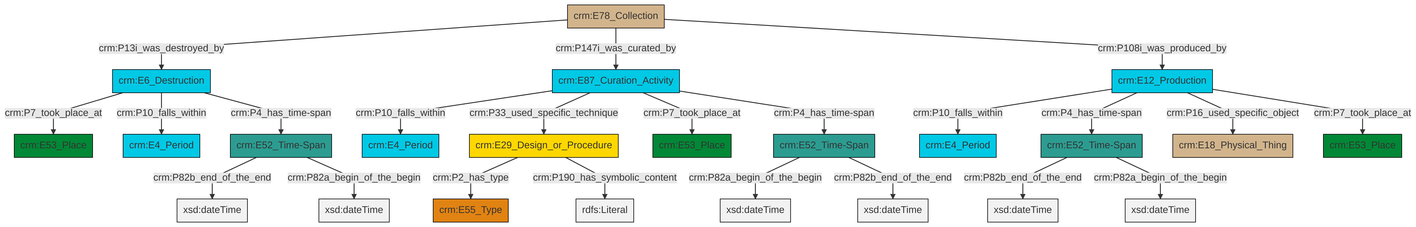
The Mermaid diagram et/archivalCSV/ttl/mmd/png/archival_existence.png in swiss-art-research-net/docs.swissartresearch, before a commit. Its source is kept beside it as et/archivalCSV/ttl/mmd/archival_existence.ttl.mmd.
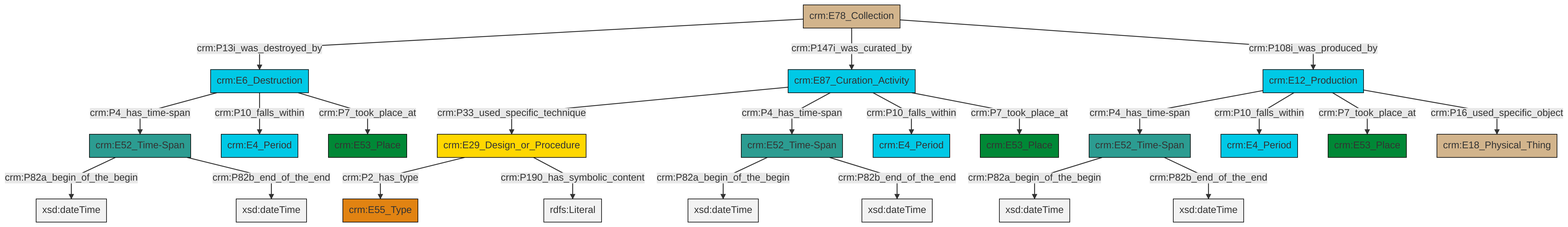
Above is the later version.

Change to the diagram source:
```diff
@@ -13,25 +13,25 @@
 classDef PC_Classes fill:#4ce600, stroke:#000000;
 classDef Multi fill:#cccccc,stroke:#000000;
 
-2["crm:E52_Time-Span"]:::Time-Span -->|crm:P82a_begin_of_the_begin| 3[xsd:dateTime]:::Literal
-4["crm:E78_Collection"]:::Physical_Thing -->|crm:P13i_was_destroyed_by| 5["crm:E6_Destruction"]:::Temporal_Entity
-6["crm:E29_Design_or_Procedure"]:::Conceptual_Object -->|crm:P2_has_type| 7["crm:E55_Type"]:::Type
-5["crm:E6_Destruction"]:::Temporal_Entity -->|crm:P7_took_place_at| 8["crm:E53_Place"]:::Place
-4["crm:E78_Collection"]:::Physical_Thing -->|crm:P147i_was_curated_by| 9["crm:E87_Curation_Activity"]:::Temporal_Entity
-9["crm:E87_Curation_Activity"]:::Temporal_Entity -->|crm:P10_falls_within| 13["crm:E4_Period"]:::Temporal_Entity
-6["crm:E29_Design_or_Procedure"]:::Conceptual_Object -->|crm:P190_has_symbolic_content| 16[rdfs:Literal]:::Literal
-9["crm:E87_Curation_Activity"]:::Temporal_Entity -->|crm:P33_used_specific_technique| 6["crm:E29_Design_or_Procedure"]:::Conceptual_Object
-9["crm:E87_Curation_Activity"]:::Temporal_Entity -->|crm:P7_took_place_at| 10["crm:E53_Place"]:::Place
-14["crm:E52_Time-Span"]:::Time-Span -->|crm:P82b_end_of_the_end| 22[xsd:dateTime]:::Literal
-17["crm:E52_Time-Span"]:::Time-Span -->|crm:P82b_end_of_the_end| 23[xsd:dateTime]:::Literal
-0["crm:E12_Production"]:::Temporal_Entity -->|crm:P10_falls_within| 24["crm:E4_Period"]:::Temporal_Entity
-0["crm:E12_Production"]:::Temporal_Entity -->|crm:P4_has_time-span| 17["crm:E52_Time-Span"]:::Time-Span
-9["crm:E87_Curation_Activity"]:::Temporal_Entity -->|crm:P4_has_time-span| 2["crm:E52_Time-Span"]:::Time-Span
-0["crm:E12_Production"]:::Temporal_Entity -->|crm:P16_used_specific_object| 29["crm:E18_Physical_Thing"]:::Physical_Thing
-0["crm:E12_Production"]:::Temporal_Entity -->|crm:P7_took_place_at| 25["crm:E53_Place"]:::Place
-4["crm:E78_Collection"]:::Physical_Thing -->|crm:P108i_was_produced_by| 0["crm:E12_Production"]:::Temporal_Entity
-5["crm:E6_Destruction"]:::Temporal_Entity -->|crm:P10_falls_within| 27["crm:E4_Period"]:::Temporal_Entity
-17["crm:E52_Time-Span"]:::Time-Span -->|crm:P82a_begin_of_the_begin| 33[xsd:dateTime]:::Literal
-2["crm:E52_Time-Span"]:::Time-Span -->|crm:P82b_end_of_the_end| 37[xsd:dateTime]:::Literal
-5["crm:E6_Destruction"]:::Temporal_Entity -->|crm:P4_has_time-span| 14["crm:E52_Time-Span"]:::Time-Span
-14["crm:E52_Time-Span"]:::Time-Span -->|crm:P82a_begin_of_the_begin| 38[xsd:dateTime]:::Literal
+0["crm:E78_Collection"]:::Physical_Thing -->|crm:P13i_was_destroyed_by| 1["crm:E6_Destruction"]:::Temporal_Entity
+2["crm:E87_Curation_Activity"]:::Temporal_Entity -->|crm:P33_used_specific_technique| 3["crm:E29_Design_or_Procedure"]:::Conceptual_Object
+5["crm:E12_Production"]:::Temporal_Entity -->|crm:P4_has_time-span| 6["crm:E52_Time-Span"]:::Time-Span
+6["crm:E52_Time-Span"]:::Time-Span -->|crm:P82a_begin_of_the_begin| 11[xsd:dateTime]:::Literal
+2["crm:E87_Curation_Activity"]:::Temporal_Entity -->|crm:P4_has_time-span| 9["crm:E52_Time-Span"]:::Time-Span
+9["crm:E52_Time-Span"]:::Time-Span -->|crm:P82a_begin_of_the_begin| 12[xsd:dateTime]:::Literal
+6["crm:E52_Time-Span"]:::Time-Span -->|crm:P82b_end_of_the_end| 19[xsd:dateTime]:::Literal
+5["crm:E12_Production"]:::Temporal_Entity -->|crm:P10_falls_within| 20["crm:E4_Period"]:::Temporal_Entity
+5["crm:E12_Production"]:::Temporal_Entity -->|crm:P7_took_place_at| 15["crm:E53_Place"]:::Place
+3["crm:E29_Design_or_Procedure"]:::Conceptual_Object -->|crm:P2_has_type| 17["crm:E55_Type"]:::Type
+0["crm:E78_Collection"]:::Physical_Thing -->|crm:P147i_was_curated_by| 2["crm:E87_Curation_Activity"]:::Temporal_Entity
+13["crm:E52_Time-Span"]:::Time-Span -->|crm:P82a_begin_of_the_begin| 21[xsd:dateTime]:::Literal
+9["crm:E52_Time-Span"]:::Time-Span -->|crm:P82b_end_of_the_end| 23[xsd:dateTime]:::Literal
+1["crm:E6_Destruction"]:::Temporal_Entity -->|crm:P4_has_time-span| 13["crm:E52_Time-Span"]:::Time-Span
+2["crm:E87_Curation_Activity"]:::Temporal_Entity -->|crm:P10_falls_within| 25["crm:E4_Period"]:::Temporal_Entity
+2["crm:E87_Curation_Activity"]:::Temporal_Entity -->|crm:P7_took_place_at| 7["crm:E53_Place"]:::Place
+1["crm:E6_Destruction"]:::Temporal_Entity -->|crm:P10_falls_within| 32["crm:E4_Period"]:::Temporal_Entity
+1["crm:E6_Destruction"]:::Temporal_Entity -->|crm:P7_took_place_at| 26["crm:E53_Place"]:::Place
+13["crm:E52_Time-Span"]:::Time-Span -->|crm:P82b_end_of_the_end| 34[xsd:dateTime]:::Literal
+0["crm:E78_Collection"]:::Physical_Thing -->|crm:P108i_was_produced_by| 5["crm:E12_Production"]:::Temporal_Entity
+5["crm:E12_Production"]:::Temporal_Entity -->|crm:P16_used_specific_object| 28["crm:E18_Physical_Thing"]:::Physical_Thing
+3["crm:E29_Design_or_Procedure"]:::Conceptual_Object -->|crm:P190_has_symbolic_content| 37[rdfs:Literal]:::Literal
```
